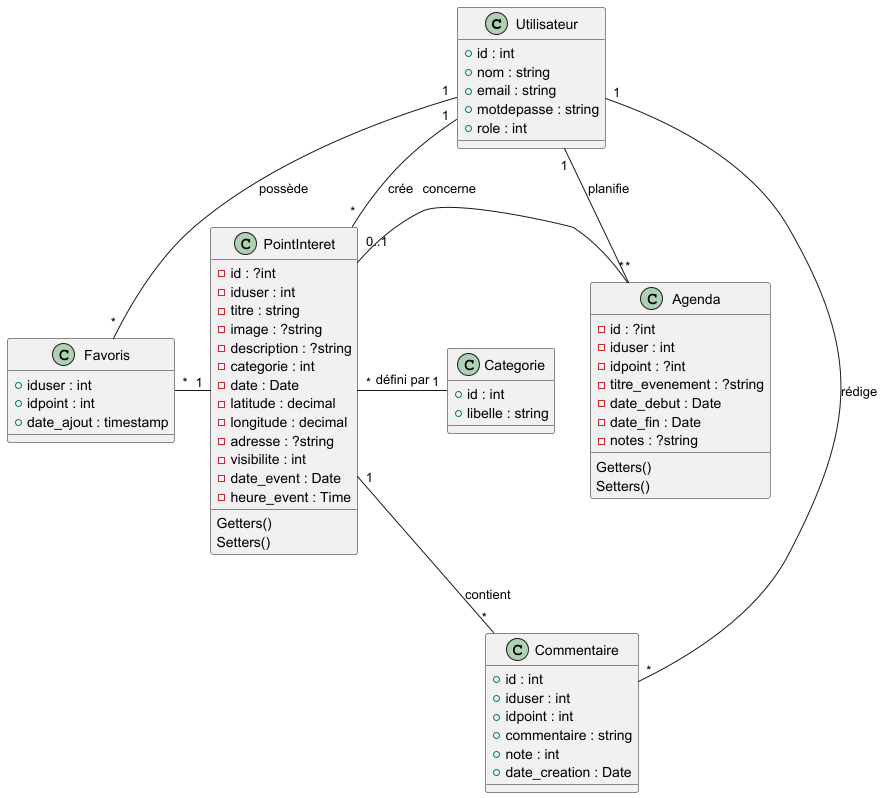
This is sql/diagram.png from DioAkaTheWorld/CurioMap, a PlantUML export, as it was before one commit.
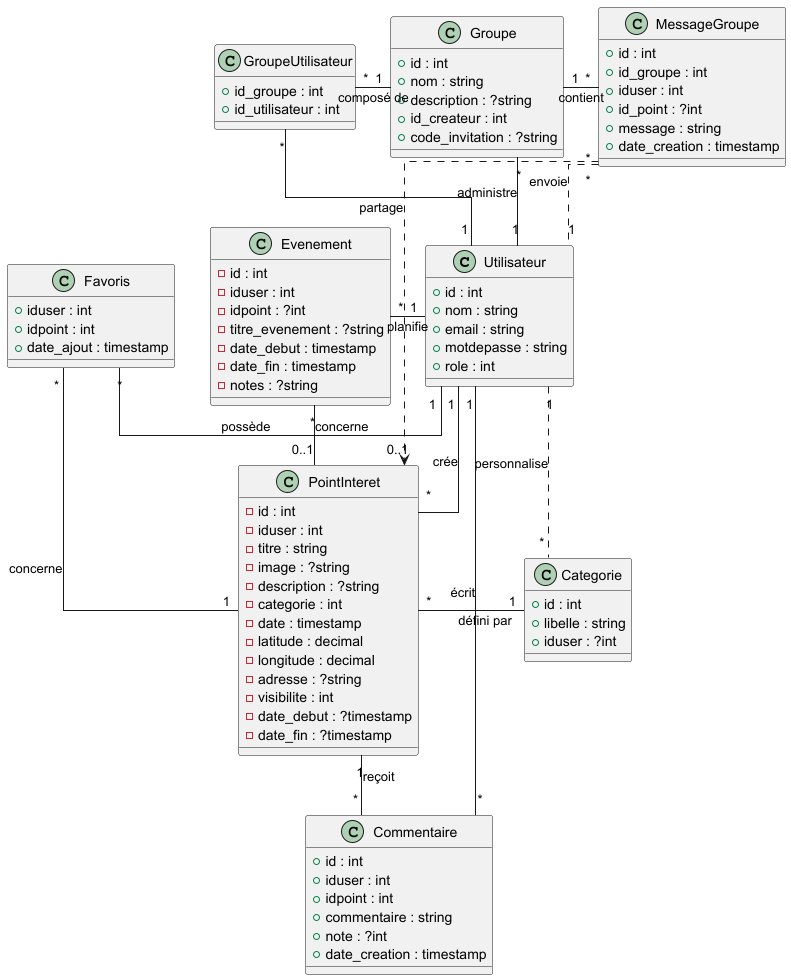
The same diagram one commit later.

Commit message:
Maj finale diagramme

Change to the diagram source:
```diff
@@ -1,4 +1,5 @@
 @startuml
+skinparam linetype ortho
 
 class Utilisateur {
   + id : int
@@ -8,33 +9,54 @@
   + role : int
 }
 
-class Favoris {
-  + iduser : int
-  + idpoint : int
-  + date_ajout : timestamp
+class Groupe {
+    + id : int
+    + nom : string
+    + description : ?string
+    + id_createur : int
+    + code_invitation : ?string
+}
+
+class GroupeUtilisateur {
+    + id_groupe : int
+    + id_utilisateur : int
+}
+
+class MessageGroupe {
+    + id : int
+    + id_groupe : int
+    + iduser : int
+    + id_point : ?int
+    + message : string
+    + date_creation : timestamp
 }
 
 class PointInteret {
-  - id : ?int
+  - id : int
   - iduser : int
   - titre : string
   - image : ?string
   - description : ?string
   - categorie : int
-  - date : Date
+  - date : timestamp
   - latitude : decimal
   - longitude : decimal
   - adresse : ?string
   - visibilite : int
-  - date_event : Date
-  - heure_event : Time
-  Getters()
-  Setters()
+  - date_debut : ?timestamp
+  - date_fin : ?timestamp
 }
 
 class Categorie {
   + id : int
   + libelle : string
+  + iduser : ?int
+}
+
+class Favoris {
+  + iduser : int
+  + idpoint : int
+  + date_ajout : timestamp
 }
 
 class Commentaire {
@@ -42,30 +64,38 @@
   + iduser : int
   + idpoint : int
   + commentaire : string
-  + note : int
-  + date_creation : Date
+  + note : ?int
+  + date_creation : timestamp
 }
 
-class Agenda {
-    - id : ?int
+class Evenement {
+    - id : int
     - iduser : int
     - idpoint : ?int
     - titre_evenement : ?string
-    - date_debut : Date
-    - date_fin : Date
+    - date_debut : timestamp
+    - date_fin : timestamp
     - notes : ?string
-    Getters()
-    Setters()
 }
 
-Utilisateur "1" -- "*" Favoris : possède
-Favoris "*" -right- "1" PointInteret
+Utilisateur "1" -up- "*" Groupe : administre
+Utilisateur "1" -up- "*" GroupeUtilisateur
+Groupe "1" -left- "*" GroupeUtilisateur : composé de
+Groupe "1" -right- "*" MessageGroupe : contient
+Utilisateur "1" .up. "*" MessageGroupe : envoie
+
 Utilisateur "1" -- "*" PointInteret : crée
 PointInteret "*" -right- "1" Categorie : défini par
-PointInteret "1" -- "*" Commentaire : contient
-Utilisateur "1" -- "*" Commentaire : rédige
+Utilisateur "1" .right. "*" Categorie : personnalise
 
-Utilisateur "1" -- "*" Agenda : planifie
-Agenda "*" -left- "0..1" PointInteret : concerne
+Utilisateur "1" -left- "*" Favoris : possède
+Favoris "*" -- "1" PointInteret : concerne
+Utilisateur "1" -left- "*" Evenement : planifie
+Evenement "*" -- "0..1" PointInteret : concerne
+
+PointInteret "1" -- "*" Commentaire : reçoit
+Utilisateur "1" -- "*" Commentaire : écrit
+
+MessageGroupe "*" ..> "0..1" PointInteret : partage
 
 @enduml
```
